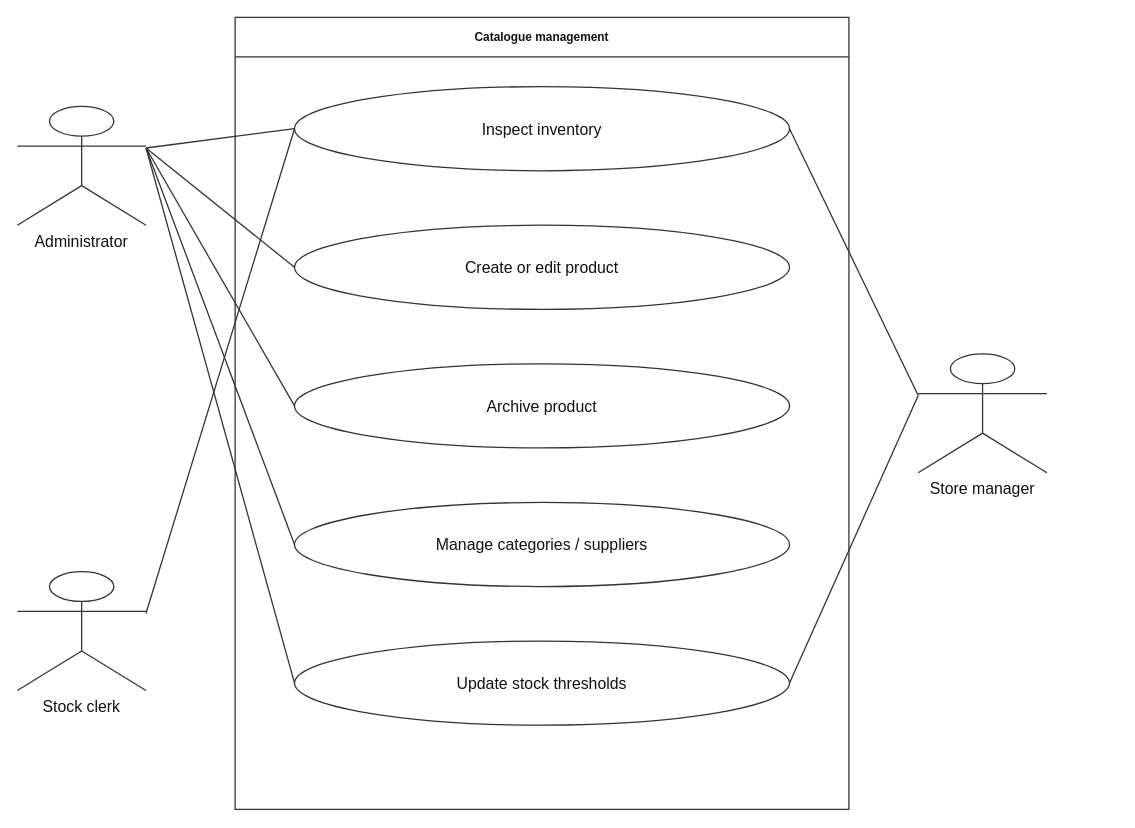
This is thesis/figure-assets/diagrams/02-uc-catalogue.drawio from ZeroRegister/SupermarketsSystem, a draw.io file, before an edit. Source tidied: cells renumbered, new cells numbered last; positions are measured from the earlier drawing's top-left corner, leaving out a move shared by most shapes. Both pictures are drawn from the tidied source at 99%, with x=0, y=0 at pixel (17, 17).
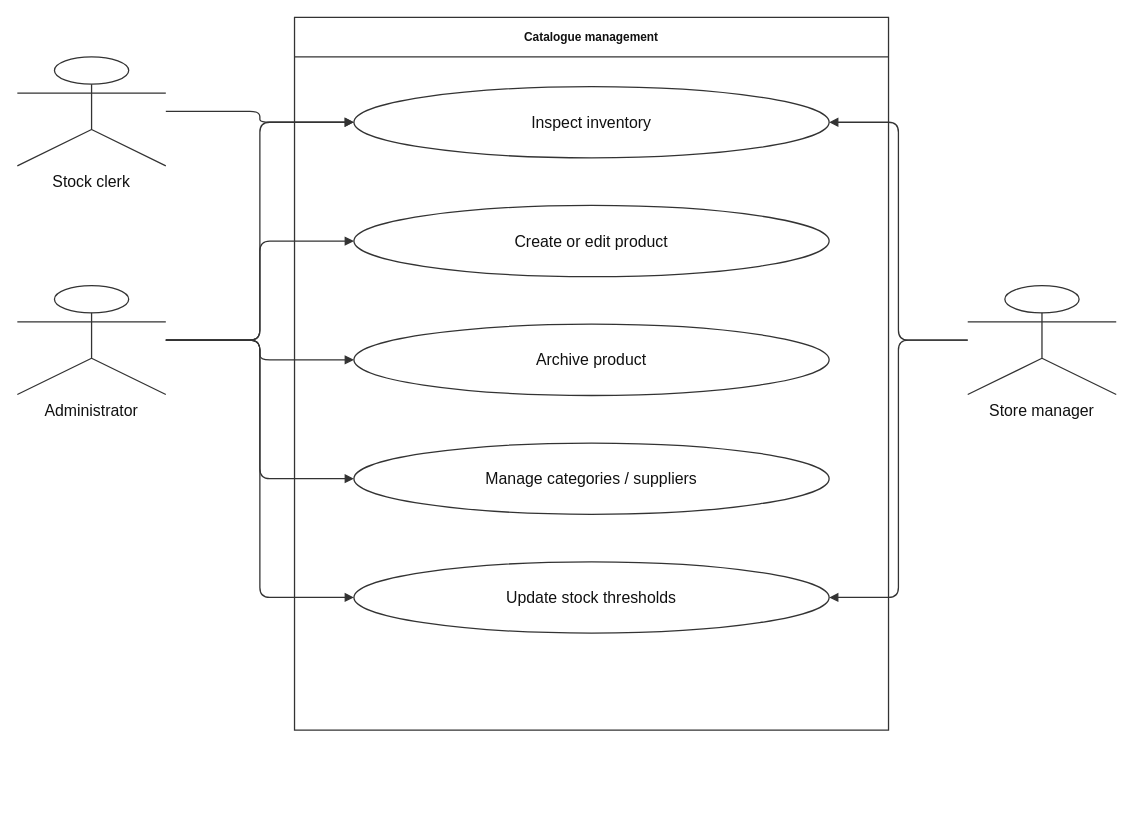
After the change.

The edit, as a diff of the source:
```diff
@@
 <mxGraphModel background="#ffffff">
   <root>
     <mxCell id="0" />
     <mxCell id="1" parent="0" />
     <mxCell id="2" value="Catalogue management" style="whiteSpace=wrap;html=1;fontFamily=Arial;fontSize=16;fontColor=#111111;strokeColor=#333333;strokeWidth=1.3;rounded=0;fillColor=#ffffff;swimlane;startSize=40;fontStyle=1;" parent="1" vertex="1">
-      <mxGeometry x="220" width="620" height="800" as="geometry" />
+      <mxGeometry x="280" width="600" height="720" as="geometry" />
     </mxCell>
     <mxCell id="3" value="Inspect inventory" style="whiteSpace=wrap;html=1;fontFamily=Arial;fontSize=16;fontColor=#111111;strokeColor=#333333;strokeWidth=1.3;rounded=0;fillColor=#ffffff;ellipse;" parent="2" vertex="1">
-      <mxGeometry x="60" y="70" width="500" height="85" as="geometry" />
+      <mxGeometry x="60" y="70" width="480" height="72" as="geometry" />
     </mxCell>
     <mxCell id="4" value="Create or edit product" style="whiteSpace=wrap;html=1;fontFamily=Arial;fontSize=16;fontColor=#111111;strokeColor=#333333;strokeWidth=1.3;rounded=0;fillColor=#ffffff;ellipse;" parent="2" vertex="1">
-      <mxGeometry x="60" y="210" width="500" height="85" as="geometry" />
+      <mxGeometry x="60" y="190" width="480" height="72" as="geometry" />
     </mxCell>
     <mxCell id="5" value="Archive product" style="whiteSpace=wrap;html=1;fontFamily=Arial;fontSize=16;fontColor=#111111;strokeColor=#333333;strokeWidth=1.3;rounded=0;fillColor=#ffffff;ellipse;" parent="2" vertex="1">
-      <mxGeometry x="60" y="350" width="500" height="85" as="geometry" />
+      <mxGeometry x="60" y="310" width="480" height="72" as="geometry" />
     </mxCell>
     <mxCell id="6" value="Manage categories / suppliers" style="whiteSpace=wrap;html=1;fontFamily=Arial;fontSize=16;fontColor=#111111;strokeColor=#333333;strokeWidth=1.3;rounded=0;fillColor=#ffffff;ellipse;" parent="2" vertex="1">
-      <mxGeometry x="60" y="490" width="500" height="85" as="geometry" />
+      <mxGeometry x="60" y="430" width="480" height="72" as="geometry" />
     </mxCell>
     <mxCell id="7" value="Update stock thresholds" style="whiteSpace=wrap;html=1;fontFamily=Arial;fontSize=16;fontColor=#111111;strokeColor=#333333;strokeWidth=1.3;rounded=0;fillColor=#ffffff;ellipse;" parent="2" vertex="1">
-      <mxGeometry x="60" y="630" width="500" height="85" as="geometry" />
+      <mxGeometry x="60" y="550" width="480" height="72" as="geometry" />
     </mxCell>
     <mxCell id="8" value="Administrator" style="whiteSpace=wrap;html=1;fontFamily=Arial;fontSize=16;fontColor=#111111;strokeColor=#333333;strokeWidth=1.3;rounded=0;fillColor=#ffffff;shape=umlActor;verticalLabelPosition=bottom;verticalAlign=top;" parent="1" vertex="1">
-      <mxGeometry y="90" width="130" height="120" as="geometry" />
+      <mxGeometry y="271" width="150" height="110" as="geometry" />
     </mxCell>
-    <mxCell id="9" style="whiteSpace=wrap;html=1;fontFamily=Arial;fontSize=16;fontColor=#111111;strokeColor=#333333;strokeWidth=1.3;edgeStyle=orthogonalEdgeStyle;rounded=1;jettySize=auto;fontSize=13;whiteSpace=nowrap;labelBackgroundColor=#ffffff;endArrow=block;endFill=1;edgeStyle=none;endArrow=none;exitX=1;exitY=0.35;exitPerimeter=0;entryX=0;entryY=0.5;" parent="1" edge="1" source="8" target="3">
+    <mxCell id="9" style="whiteSpace=wrap;html=1;fontFamily=Arial;fontSize=16;fontColor=#111111;strokeColor=#333333;strokeWidth=1.3;edgeStyle=orthogonalEdgeStyle;rounded=1;jettySize=auto;fontSize=13;whiteSpace=nowrap;labelBackgroundColor=#ffffff;endArrow=block;endFill=1;edgeStyle=orthogonalEdgeStyle;rounded=1;jettySize=auto;exitX=1;exitY=0.5;entryX=0;entryY=0.5;" parent="1" edge="1" source="8" target="3">
       <mxGeometry relative="1" as="geometry" />
     </mxCell>
-    <mxCell id="10" style="whiteSpace=wrap;html=1;fontFamily=Arial;fontSize=16;fontColor=#111111;strokeColor=#333333;strokeWidth=1.3;edgeStyle=orthogonalEdgeStyle;rounded=1;jettySize=auto;fontSize=13;whiteSpace=nowrap;labelBackgroundColor=#ffffff;endArrow=block;endFill=1;edgeStyle=none;endArrow=none;exitX=1;exitY=0.35;exitPerimeter=0;entryX=0;entryY=0.5;" parent="1" edge="1" source="8" target="4">
+    <mxCell id="10" style="whiteSpace=wrap;html=1;fontFamily=Arial;fontSize=16;fontColor=#111111;strokeColor=#333333;strokeWidth=1.3;edgeStyle=orthogonalEdgeStyle;rounded=1;jettySize=auto;fontSize=13;whiteSpace=nowrap;labelBackgroundColor=#ffffff;endArrow=block;endFill=1;edgeStyle=orthogonalEdgeStyle;rounded=1;jettySize=auto;exitX=1;exitY=0.5;entryX=0;entryY=0.5;" parent="1" edge="1" source="8" target="4">
       <mxGeometry relative="1" as="geometry" />
     </mxCell>
-    <mxCell id="11" style="whiteSpace=wrap;html=1;fontFamily=Arial;fontSize=16;fontColor=#111111;strokeColor=#333333;strokeWidth=1.3;edgeStyle=orthogonalEdgeStyle;rounded=1;jettySize=auto;fontSize=13;whiteSpace=nowrap;labelBackgroundColor=#ffffff;endArrow=block;endFill=1;edgeStyle=none;endArrow=none;exitX=1;exitY=0.35;exitPerimeter=0;entryX=0;entryY=0.5;" parent="1" edge="1" source="8" target="5">
+    <mxCell id="11" style="whiteSpace=wrap;html=1;fontFamily=Arial;fontSize=16;fontColor=#111111;strokeColor=#333333;strokeWidth=1.3;edgeStyle=orthogonalEdgeStyle;rounded=1;jettySize=auto;fontSize=13;whiteSpace=nowrap;labelBackgroundColor=#ffffff;endArrow=block;endFill=1;edgeStyle=orthogonalEdgeStyle;rounded=1;jettySize=auto;exitX=1;exitY=0.5;entryX=0;entryY=0.5;" parent="1" edge="1" source="8" target="5">
       <mxGeometry relative="1" as="geometry" />
     </mxCell>
-    <mxCell id="12" style="whiteSpace=wrap;html=1;fontFamily=Arial;fontSize=16;fontColor=#111111;strokeColor=#333333;strokeWidth=1.3;edgeStyle=orthogonalEdgeStyle;rounded=1;jettySize=auto;fontSize=13;whiteSpace=nowrap;labelBackgroundColor=#ffffff;endArrow=block;endFill=1;edgeStyle=none;endArrow=none;exitX=1;exitY=0.35;exitPerimeter=0;entryX=0;entryY=0.5;" parent="1" edge="1" source="8" target="6">
+    <mxCell id="12" style="whiteSpace=wrap;html=1;fontFamily=Arial;fontSize=16;fontColor=#111111;strokeColor=#333333;strokeWidth=1.3;edgeStyle=orthogonalEdgeStyle;rounded=1;jettySize=auto;fontSize=13;whiteSpace=nowrap;labelBackgroundColor=#ffffff;endArrow=block;endFill=1;edgeStyle=orthogonalEdgeStyle;rounded=1;jettySize=auto;exitX=1;exitY=0.5;entryX=0;entryY=0.5;" parent="1" edge="1" source="8" target="6">
       <mxGeometry relative="1" as="geometry" />
     </mxCell>
-    <mxCell id="13" style="whiteSpace=wrap;html=1;fontFamily=Arial;fontSize=16;fontColor=#111111;strokeColor=#333333;strokeWidth=1.3;edgeStyle=orthogonalEdgeStyle;rounded=1;jettySize=auto;fontSize=13;whiteSpace=nowrap;labelBackgroundColor=#ffffff;endArrow=block;endFill=1;edgeStyle=none;endArrow=none;exitX=1;exitY=0.35;exitPerimeter=0;entryX=0;entryY=0.5;" parent="1" edge="1" source="8" target="7">
+    <mxCell id="13" style="whiteSpace=wrap;html=1;fontFamily=Arial;fontSize=16;fontColor=#111111;strokeColor=#333333;strokeWidth=1.3;edgeStyle=orthogonalEdgeStyle;rounded=1;jettySize=auto;fontSize=13;whiteSpace=nowrap;labelBackgroundColor=#ffffff;endArrow=block;endFill=1;edgeStyle=orthogonalEdgeStyle;rounded=1;jettySize=auto;exitX=1;exitY=0.5;entryX=0;entryY=0.5;" parent="1" edge="1" source="8" target="7">
       <mxGeometry relative="1" as="geometry" />
     </mxCell>
     <mxCell id="14" value="Store manager" style="whiteSpace=wrap;html=1;fontFamily=Arial;fontSize=16;fontColor=#111111;strokeColor=#333333;strokeWidth=1.3;rounded=0;fillColor=#ffffff;shape=umlActor;verticalLabelPosition=bottom;verticalAlign=top;" parent="1" vertex="1">
-      <mxGeometry x="910" y="340" width="130" height="120" as="geometry" />
+      <mxGeometry x="960" y="271" width="150" height="110" as="geometry" />
     </mxCell>
-    <mxCell id="15" style="whiteSpace=wrap;html=1;fontFamily=Arial;fontSize=16;fontColor=#111111;strokeColor=#333333;strokeWidth=1.3;edgeStyle=orthogonalEdgeStyle;rounded=1;jettySize=auto;fontSize=13;whiteSpace=nowrap;labelBackgroundColor=#ffffff;endArrow=block;endFill=1;edgeStyle=none;endArrow=none;exitX=0;exitY=0.35;exitPerimeter=0;entryX=1;entryY=0.5;" parent="1" edge="1" source="14" target="3">
+    <mxCell id="15" style="whiteSpace=wrap;html=1;fontFamily=Arial;fontSize=16;fontColor=#111111;strokeColor=#333333;strokeWidth=1.3;edgeStyle=orthogonalEdgeStyle;rounded=1;jettySize=auto;fontSize=13;whiteSpace=nowrap;labelBackgroundColor=#ffffff;endArrow=block;endFill=1;edgeStyle=orthogonalEdgeStyle;rounded=1;jettySize=auto;exitX=0;exitY=0.5;entryX=1;entryY=0.5;" parent="1" edge="1" source="14" target="3">
       <mxGeometry relative="1" as="geometry" />
     </mxCell>
-    <mxCell id="16" style="whiteSpace=wrap;html=1;fontFamily=Arial;fontSize=16;fontColor=#111111;strokeColor=#333333;strokeWidth=1.3;edgeStyle=orthogonalEdgeStyle;rounded=1;jettySize=auto;fontSize=13;whiteSpace=nowrap;labelBackgroundColor=#ffffff;endArrow=block;endFill=1;edgeStyle=none;endArrow=none;exitX=0;exitY=0.35;exitPerimeter=0;entryX=1;entryY=0.5;" parent="1" edge="1" source="14" target="7">
+    <mxCell id="16" style="whiteSpace=wrap;html=1;fontFamily=Arial;fontSize=16;fontColor=#111111;strokeColor=#333333;strokeWidth=1.3;edgeStyle=orthogonalEdgeStyle;rounded=1;jettySize=auto;fontSize=13;whiteSpace=nowrap;labelBackgroundColor=#ffffff;endArrow=block;endFill=1;edgeStyle=orthogonalEdgeStyle;rounded=1;jettySize=auto;exitX=0;exitY=0.5;entryX=1;entryY=0.5;" parent="1" edge="1" source="14" target="7">
       <mxGeometry relative="1" as="geometry" />
     </mxCell>
     <mxCell id="17" value="Stock clerk" style="whiteSpace=wrap;html=1;fontFamily=Arial;fontSize=16;fontColor=#111111;strokeColor=#333333;strokeWidth=1.3;rounded=0;fillColor=#ffffff;shape=umlActor;verticalLabelPosition=bottom;verticalAlign=top;" parent="1" vertex="1">
-      <mxGeometry y="560" width="130" height="120" as="geometry" />
+      <mxGeometry y="40" width="150" height="110" as="geometry" />
     </mxCell>
-    <mxCell id="18" style="whiteSpace=wrap;html=1;fontFamily=Arial;fontSize=16;fontColor=#111111;strokeColor=#333333;strokeWidth=1.3;edgeStyle=orthogonalEdgeStyle;rounded=1;jettySize=auto;fontSize=13;whiteSpace=nowrap;labelBackgroundColor=#ffffff;endArrow=block;endFill=1;edgeStyle=none;endArrow=none;exitX=1;exitY=0.35;exitPerimeter=0;entryX=0;entryY=0.5;" parent="1" edge="1" source="17" target="3">
+    <mxCell id="18" style="whiteSpace=wrap;html=1;fontFamily=Arial;fontSize=16;fontColor=#111111;strokeColor=#333333;strokeWidth=1.3;edgeStyle=orthogonalEdgeStyle;rounded=1;jettySize=auto;fontSize=13;whiteSpace=nowrap;labelBackgroundColor=#ffffff;endArrow=block;endFill=1;edgeStyle=orthogonalEdgeStyle;rounded=1;jettySize=auto;exitX=1;exitY=0.5;entryX=0;entryY=0.5;" parent="1" edge="1" source="17" target="3">
       <mxGeometry relative="1" as="geometry" />
     </mxCell>
   </root>
 </mxGraphModel>
```
